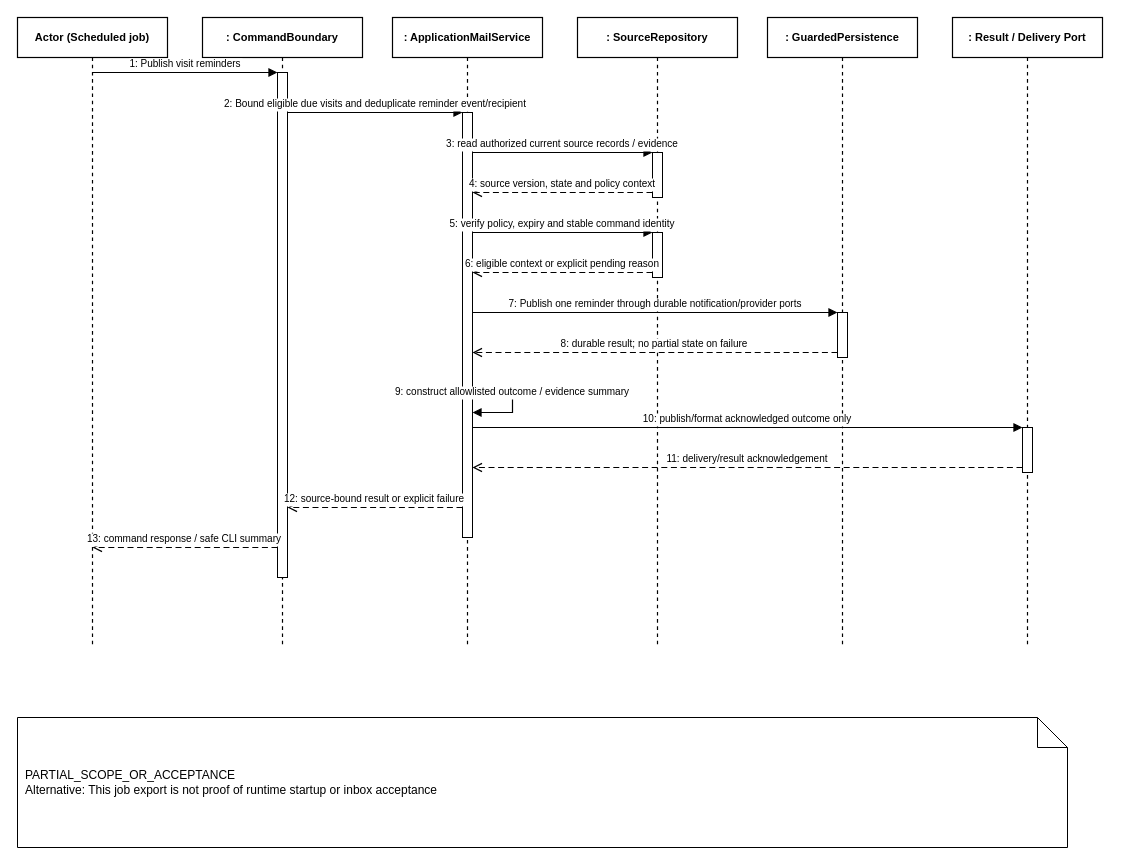
This is doc/reports/report4/sequence/job-01.drawio from ngocthanhhx7/SEP490_G101_FALL2026, a draw.io file, before an edit. Source tidied: cells renumbered, new cells numbered last; positions are measured from the earlier drawing's top-left corner, leaving out a move shared by most shapes. Both pictures are drawn from the tidied source at 100%, with x=0, y=0 at pixel (17, 17).
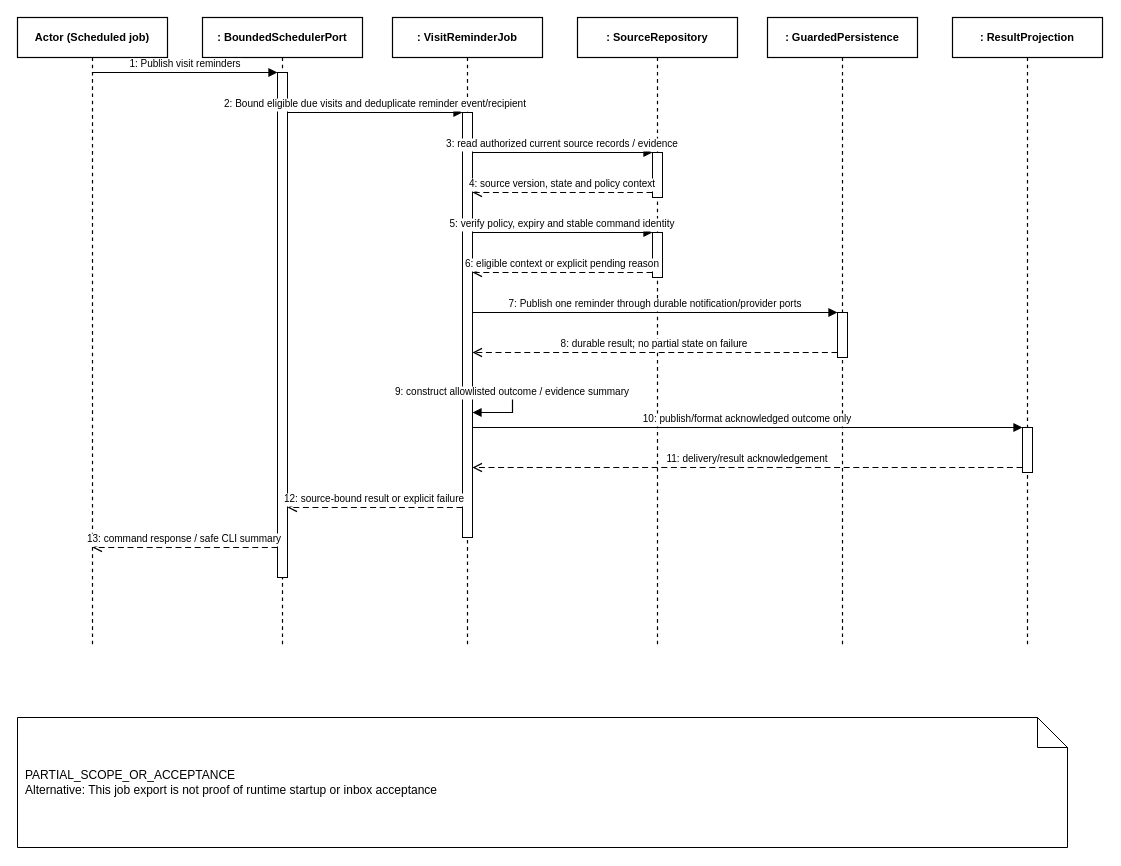
Above is the later version.

What changed in the source:
```diff
@@
-    <mxCell id="3" value=": CommandBoundary" style="shape=umlLifeline;perimeter=lifelinePerimeter;whiteSpace=wrap;html=0;size=40;fillColor=#FFFFFF;strokeColor=#000000;strokeWidth=1.2;fontStyle=1;fontSize=11;align=center;" parent="1" vertex="1">
+    <mxCell id="3" value=": BoundedSchedulerPort" style="shape=umlLifeline;perimeter=lifelinePerimeter;whiteSpace=wrap;html=0;size=40;fillColor=#FFFFFF;strokeColor=#000000;strokeWidth=1.2;fontStyle=1;fontSize=11;align=center;" parent="1" vertex="1">
       <mxGeometry x="185" width="160" height="630" as="geometry" />
     </mxCell>
-    <mxCell id="4" value=": ApplicationMailService" style="shape=umlLifeline;perimeter=lifelinePerimeter;whiteSpace=wrap;html=0;size=40;fillColor=#FFFFFF;strokeColor=#000000;strokeWidth=1.2;fontStyle=1;fontSize=11;align=center;" parent="1" vertex="1">
+    <mxCell id="4" value=": VisitReminderJob" style="shape=umlLifeline;perimeter=lifelinePerimeter;whiteSpace=wrap;html=0;size=40;fillColor=#FFFFFF;strokeColor=#000000;strokeWidth=1.2;fontStyle=1;fontSize=11;align=center;" parent="1" vertex="1">
       <mxGeometry x="375" width="150" height="630" as="geometry" />
     </mxCell>
@@
-    <mxCell id="7" value=": Result / Delivery Port" style="shape=umlLifeline;perimeter=lifelinePerimeter;whiteSpace=wrap;html=0;size=40;fillColor=#FFFFFF;strokeColor=#000000;strokeWidth=1.2;fontStyle=1;fontSize=11;align=center;" parent="1" vertex="1">
+    <mxCell id="7" value=": ResultProjection" style="shape=umlLifeline;perimeter=lifelinePerimeter;whiteSpace=wrap;html=0;size=40;fillColor=#FFFFFF;strokeColor=#000000;strokeWidth=1.2;fontStyle=1;fontSize=11;align=center;" parent="1" vertex="1">
       <mxGeometry x="935" width="150" height="630" as="geometry" />
     </mxCell>
```
